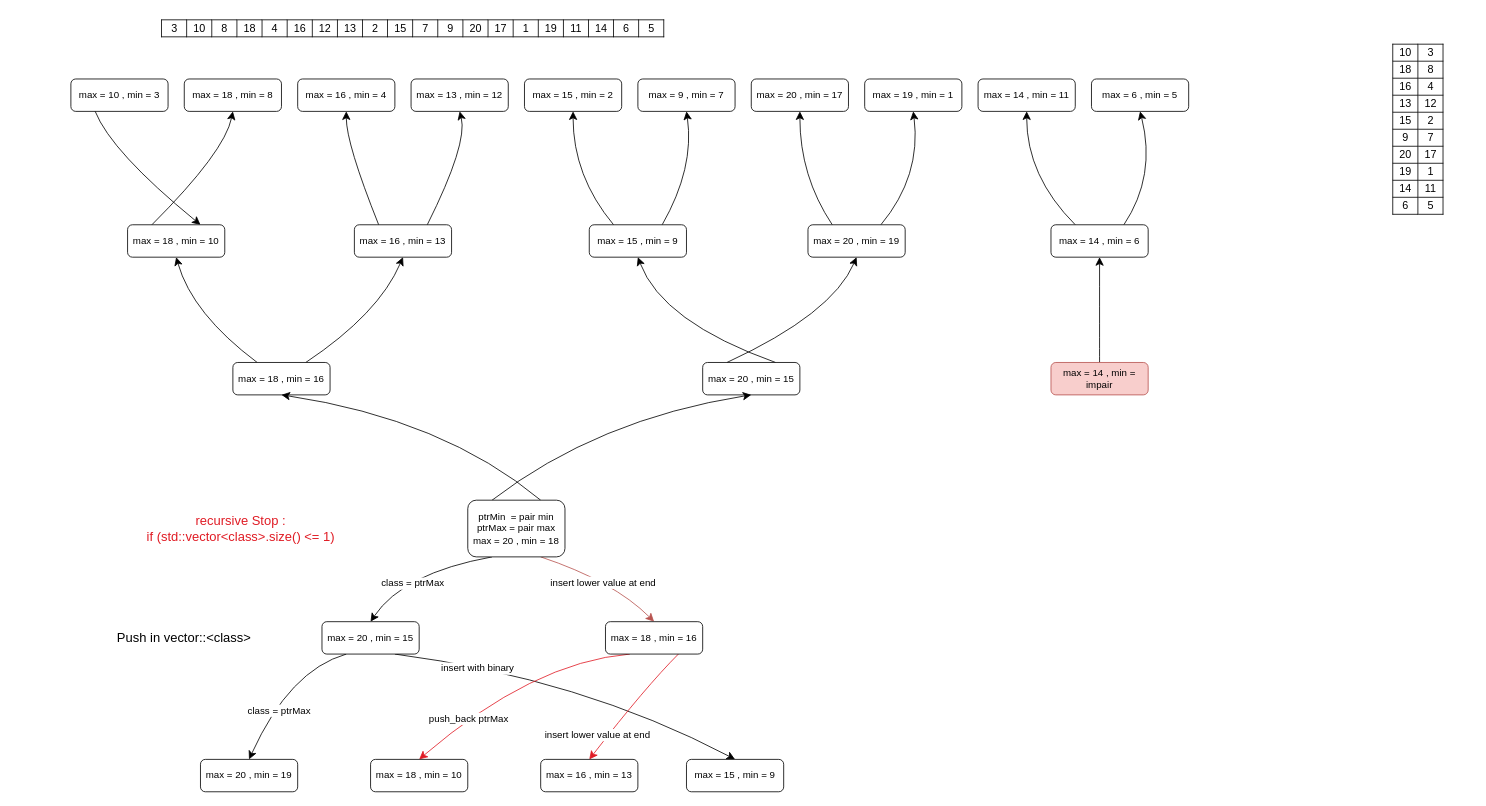
ArmandI0/CPP-42 keeps this draw.io diagram as CPP-09.drawio. Above is the earlier version. Source tidied: cells renumbered, new cells numbered last; positions are measured from the earlier drawing's top-left corner, leaving out a move shared by most shapes. Both pictures are drawn from the tidied source at 81%, with x=0, y=0 at pixel (14, 14).
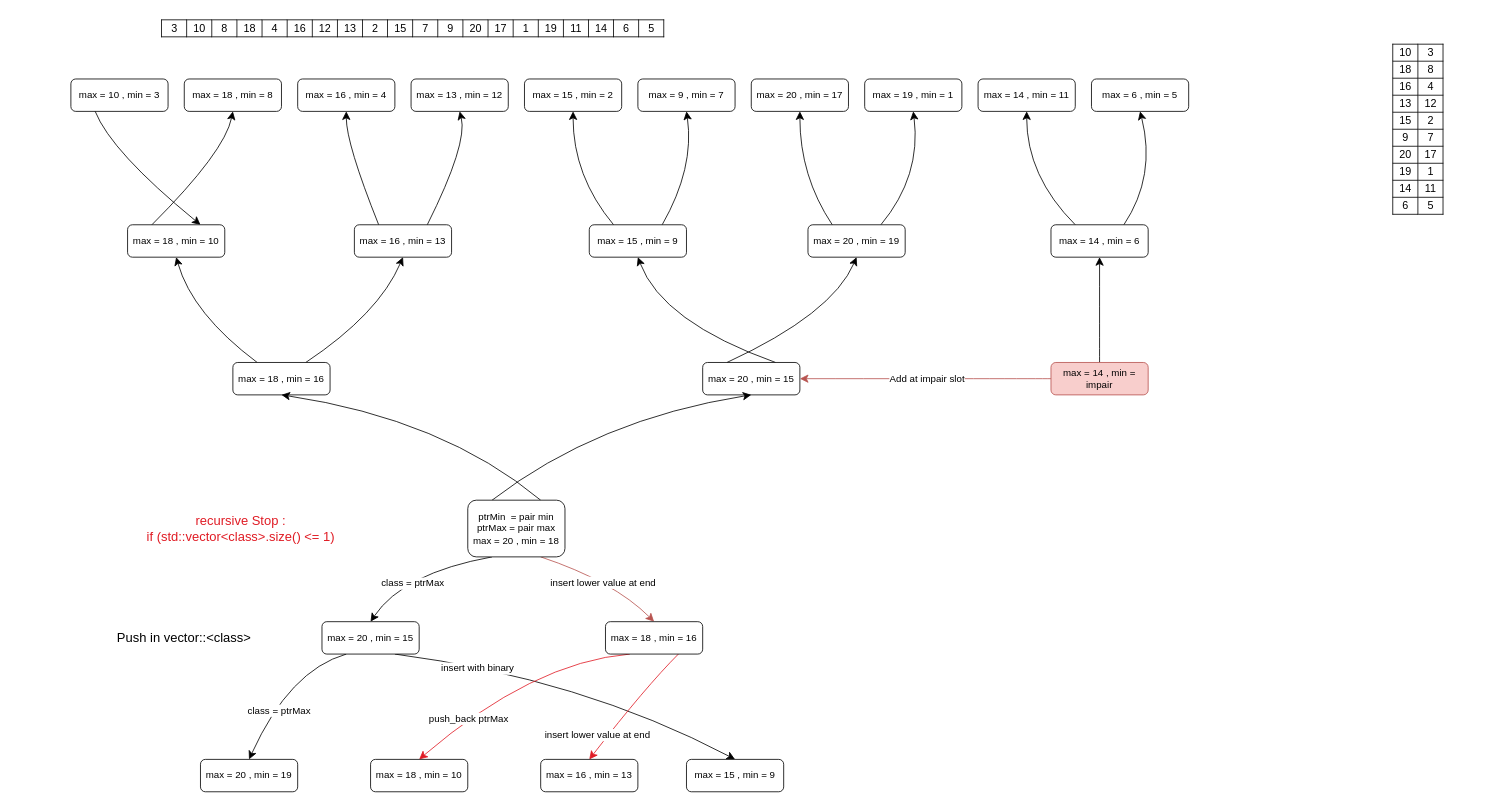
After the change.

The change refers to these unchanged cells:
```xml
<mxCell id="34" value="&lt;div&gt;max = 20 , min = 15&lt;br&gt;&lt;/div&gt;" style="rounded=1;whiteSpace=wrap;html=1;" parent="1" vertex="1">
  <mxGeometry x="850" y="430" width="120" height="40" as="geometry" />
</mxCell>
<mxCell id="36" value="&lt;div&gt;max = 14 , min = impair&lt;br&gt;&lt;/div&gt;" style="rounded=1;whiteSpace=wrap;html=1;fillColor=#f8cecc;strokeColor=#b85450;" parent="1" vertex="1">
  <mxGeometry x="1280" y="430" width="120" height="40" as="geometry" />
</mxCell>
```

Diff of the diagram source:
```diff
@@
+    <mxCell id="60" style="edgeStyle=none;curved=1;rounded=0;jettySize=auto;html=1;exitX=0;exitY=0.5;exitDx=0;exitDy=0;entryX=1;entryY=0.5;entryDx=0;entryDy=0;fontSize=12;startSize=8;endSize=8;fillColor=#f8cecc;strokeColor=#b85450;" parent="1" edge="1" source="36" target="34">
+      <mxGeometry relative="1" as="geometry" />
+    </mxCell>
+    <mxCell id="61" value="Add at impair slot" style="edgeLabel;html=1;align=center;verticalAlign=middle;fontSize=12;" parent="60" vertex="1">
+      <mxGeometry x="-0.01" relative="1" as="geometry">
+        <mxPoint x="-1" as="offset" />
+      </mxGeometry>
+    </mxCell>
```
